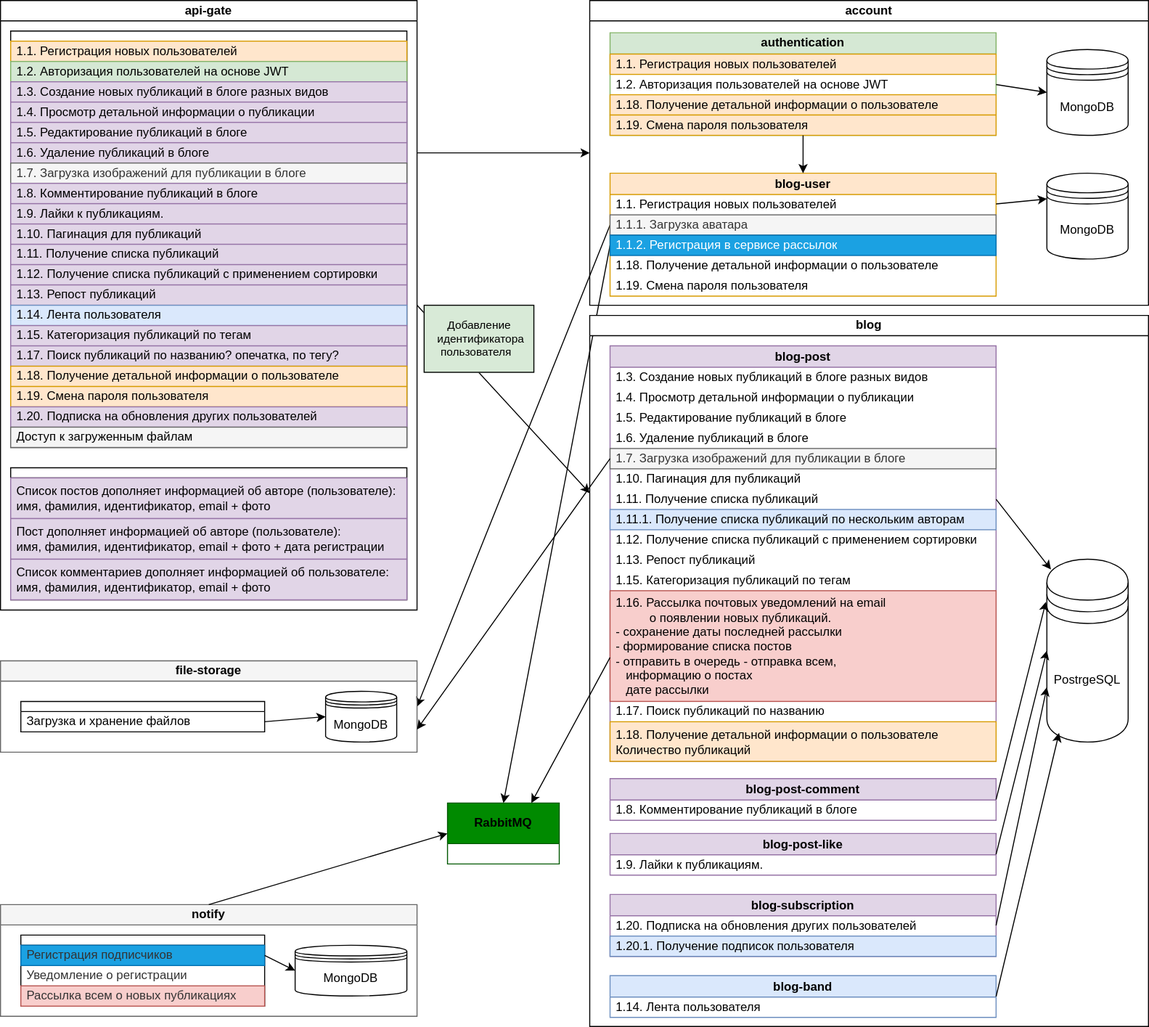
htmlacademy-nestjs/2486639-readme-8 keeps this draw.io diagram as specification.svg. Above is the earlier version. Source tidied: cells renumbered, new cells last; positions are measured from the earlier drawing's top-left corner, leaving out a move shared by most shapes.
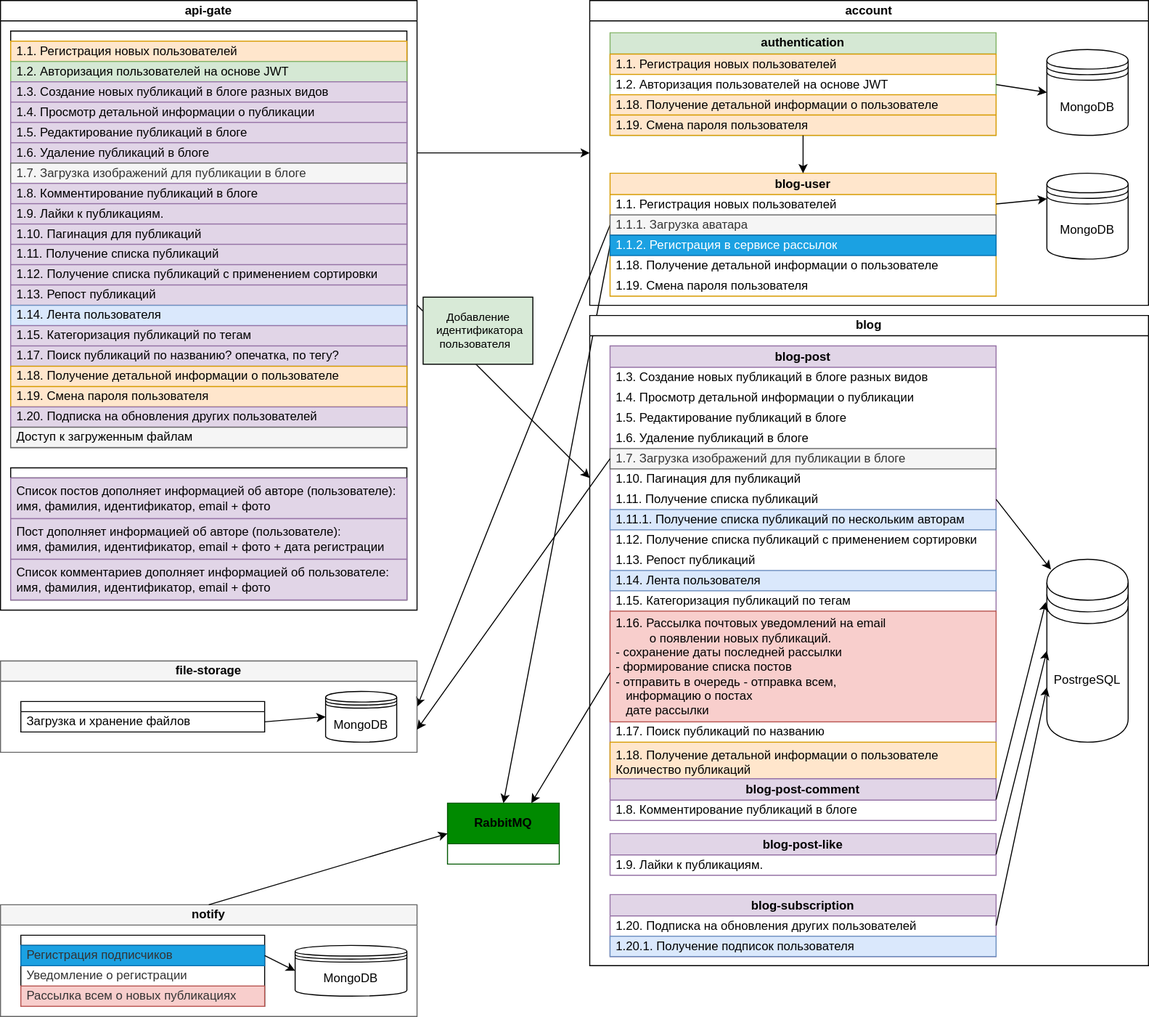
Later version of the same file.

What changed in the source:
```diff
@@ -141,10 +141,10 @@
       <mxGeometry relative="1" as="geometry" />
     </mxCell>
     <mxCell id="48" value="blog" style="swimlane;whiteSpace=wrap;html=1;align=center;fontSize=12;startSize=20;" parent="1" vertex="1">
-      <mxGeometry x="580" y="310" width="550" height="700" as="geometry" />
+      <mxGeometry x="580" y="310" width="550" height="640" as="geometry" />
     </mxCell>
     <mxCell id="49" value="&lt;span style=&quot;font-weight: 700;&quot;&gt;blog-post&lt;/span&gt;" style="swimlane;fontStyle=0;horizontal=1;startSize=21;whiteSpace=wrap;html=1;fillColor=#e1d5e7;strokeColor=#9673a6;" parent="48" vertex="1">
-      <mxGeometry x="20" y="30" width="380" height="409" as="geometry" />
+      <mxGeometry x="20" y="30" width="380" height="429" as="geometry" />
     </mxCell>
     <mxCell id="50" value="&lt;span style=&quot;text-wrap-mode: nowrap;&quot;&gt;1.3. Создание новых публикаций в блоге разных видов&lt;/span&gt;" style="text;align=left;verticalAlign=middle;spacingLeft=4;spacingRight=4;overflow=hidden;whiteSpace=wrap;html=1;" parent="49" vertex="1">
       <mxGeometry y="21" width="380" height="20" as="geometry" />
@@ -176,17 +176,20 @@
     <mxCell id="59" value="&lt;span style=&quot;text-wrap-mode: nowrap;&quot;&gt;1.13. Репост публикаций&lt;/span&gt;" style="text;align=left;verticalAlign=middle;spacingLeft=4;spacingRight=4;overflow=hidden;whiteSpace=wrap;html=1;" parent="49" vertex="1">
       <mxGeometry y="201" width="380" height="20" as="geometry" />
     </mxCell>
+    <mxCell id="74" value="&lt;span style=&quot;text-wrap-mode: nowrap;&quot;&gt;1.14. Лента пользователя&lt;/span&gt;" style="text;align=left;verticalAlign=middle;spacingLeft=4;spacingRight=4;overflow=hidden;whiteSpace=wrap;html=1;fillColor=#dae8fc;strokeColor=#6c8ebf;" parent="49" vertex="1">
+      <mxGeometry y="221" width="380" height="20" as="geometry" />
+    </mxCell>
     <mxCell id="60" value="&lt;span style=&quot;text-wrap-mode: nowrap;&quot;&gt;1.15. Категоризация публикаций по тегам&lt;/span&gt;" style="text;align=left;verticalAlign=middle;spacingLeft=4;spacingRight=4;overflow=hidden;whiteSpace=wrap;html=1;" parent="49" vertex="1">
-      <mxGeometry y="221" width="380" height="20" as="geometry" />
+      <mxGeometry y="241" width="380" height="20" as="geometry" />
     </mxCell>
     <mxCell id="61" value="&lt;span style=&quot;text-align: center; text-wrap-mode: nowrap;&quot;&gt;1.16. Рассылка почтовых уведомлений на email&lt;/span&gt;&lt;div&gt;&lt;span style=&quot;text-align: center; text-wrap-mode: nowrap;&quot;&gt;&amp;nbsp; &amp;nbsp; &amp;nbsp; &amp;nbsp; &amp;nbsp; о появлении новых публикаций.&lt;/span&gt;&lt;/div&gt;&lt;div&gt;&lt;span style=&quot;text-align: center; text-wrap-mode: nowrap;&quot;&gt;- сохранение даты последней рассылки&lt;/span&gt;&lt;/div&gt;&lt;div&gt;&lt;span style=&quot;text-align: center; text-wrap-mode: nowrap;&quot;&gt;- формирование списка постов&lt;/span&gt;&lt;/div&gt;&lt;div&gt;&lt;span style=&quot;text-align: center; text-wrap-mode: nowrap;&quot;&gt;- отправить в очередь - отправка всем,&amp;nbsp;&lt;/span&gt;&lt;/div&gt;&lt;div&gt;&lt;span style=&quot;text-align: center; text-wrap-mode: nowrap;&quot;&gt;&amp;nbsp; &amp;nbsp;информацию о постах&amp;nbsp;&lt;/span&gt;&lt;/div&gt;&lt;div&gt;&lt;span style=&quot;text-align: center; text-wrap-mode: nowrap;&quot;&gt;&amp;nbsp; &amp;nbsp;дате рассылки&lt;/span&gt;&lt;/div&gt;" style="text;align=left;verticalAlign=middle;spacingLeft=4;spacingRight=4;overflow=hidden;whiteSpace=wrap;html=1;fillColor=#f8cecc;strokeColor=#b85450;" parent="49" vertex="1">
-      <mxGeometry y="241" width="380" height="109" as="geometry" />
+      <mxGeometry y="261" width="380" height="109" as="geometry" />
     </mxCell>
     <mxCell id="62" value="&lt;span style=&quot;text-wrap-mode: nowrap;&quot;&gt;1.17. Поиск публикаций по названию&lt;/span&gt;" style="text;align=left;verticalAlign=middle;spacingLeft=4;spacingRight=4;overflow=hidden;whiteSpace=wrap;html=1;" parent="49" vertex="1">
-      <mxGeometry y="350" width="380" height="20" as="geometry" />
+      <mxGeometry y="370" width="380" height="20" as="geometry" />
     </mxCell>
     <mxCell id="63" value="&lt;span style=&quot;text-align: center; text-wrap-mode: nowrap;&quot;&gt;1.18. Получение детальной информации о пользователе&lt;/span&gt;&lt;div&gt;&lt;span style=&quot;text-align: center; text-wrap-mode: nowrap;&quot;&gt;Количество публикаций&lt;/span&gt;&lt;/div&gt;" style="text;strokeColor=#d79b00;fillColor=#ffe6cc;align=left;verticalAlign=middle;spacingLeft=4;spacingRight=4;overflow=hidden;whiteSpace=wrap;html=1;" parent="49" vertex="1">
-      <mxGeometry y="370" width="380" height="39" as="geometry" />
+      <mxGeometry y="390" width="380" height="39" as="geometry" />
     </mxCell>
     <mxCell id="64" style="endArrow=classic;html=1;rounded=0;exitX=1;exitY=0.5;exitDx=0;exitDy=0;entryX=0.05;entryY=0.056;entryDx=0;entryDy=0;entryPerimeter=0;" parent="48" edge="1" source="56" target="65">
       <mxGeometry relative="1" as="geometry" />
@@ -215,21 +218,12 @@
     <mxCell id="72" value="&lt;span style=&quot;text-wrap-mode: nowrap;&quot;&gt;1.20.1. Получение подписок пользователя&lt;/span&gt;" style="text;align=left;verticalAlign=middle;spacingLeft=4;spacingRight=4;overflow=hidden;whiteSpace=wrap;html=1;fillColor=#dae8fc;strokeColor=#6c8ebf;" parent="70" vertex="1">
       <mxGeometry y="41" width="380" height="20" as="geometry" />
     </mxCell>
-    <mxCell id="73" value="&lt;span style=&quot;font-weight: 700;&quot;&gt;blog-band&lt;/span&gt;" style="swimlane;fontStyle=0;horizontal=1;startSize=21;whiteSpace=wrap;html=1;fillColor=#dae8fc;strokeColor=#6c8ebf;" parent="48" vertex="1">
-      <mxGeometry x="20" y="650" width="380" height="41" as="geometry" />
-    </mxCell>
-    <mxCell id="74" value="&lt;span style=&quot;text-wrap-mode: nowrap;&quot;&gt;1.14. Лента пользователя&lt;/span&gt;" style="text;align=left;verticalAlign=middle;spacingLeft=4;spacingRight=4;overflow=hidden;whiteSpace=wrap;html=1;" parent="73" vertex="1">
-      <mxGeometry y="21" width="380" height="20" as="geometry" />
-    </mxCell>
     <mxCell id="75" style="endArrow=classic;html=1;rounded=0;exitX=1;exitY=0.5;exitDx=0;exitDy=0;entryX=0;entryY=0.7;entryDx=0;entryDy=0;" parent="48" edge="1" source="70" target="65">
       <mxGeometry relative="1" as="geometry" />
     </mxCell>
     <mxCell id="76" style="endArrow=classic;html=1;rounded=0;exitX=1;exitY=0.5;exitDx=0;exitDy=0;entryX=0;entryY=0.5;entryDx=0;entryDy=0;" parent="48" edge="1" source="68" target="65">
       <mxGeometry relative="1" as="geometry" />
     </mxCell>
-    <mxCell id="77" style="endArrow=classic;html=1;rounded=0;exitX=1;exitY=0.5;exitDx=0;exitDy=0;entryX=0.15;entryY=0.95;entryDx=0;entryDy=0;entryPerimeter=0;" parent="48" edge="1" source="73" target="65">
-      <mxGeometry relative="1" as="geometry" />
-    </mxCell>
     <mxCell id="78" style="endArrow=classic;html=1;rounded=0;exitX=1;exitY=0.5;exitDx=0;exitDy=0;entryX=-0.012;entryY=0.233;entryDx=0;entryDy=0;entryPerimeter=0;" parent="48" edge="1" source="66" target="65">
       <mxGeometry relative="1" as="geometry" />
     </mxCell>
```
